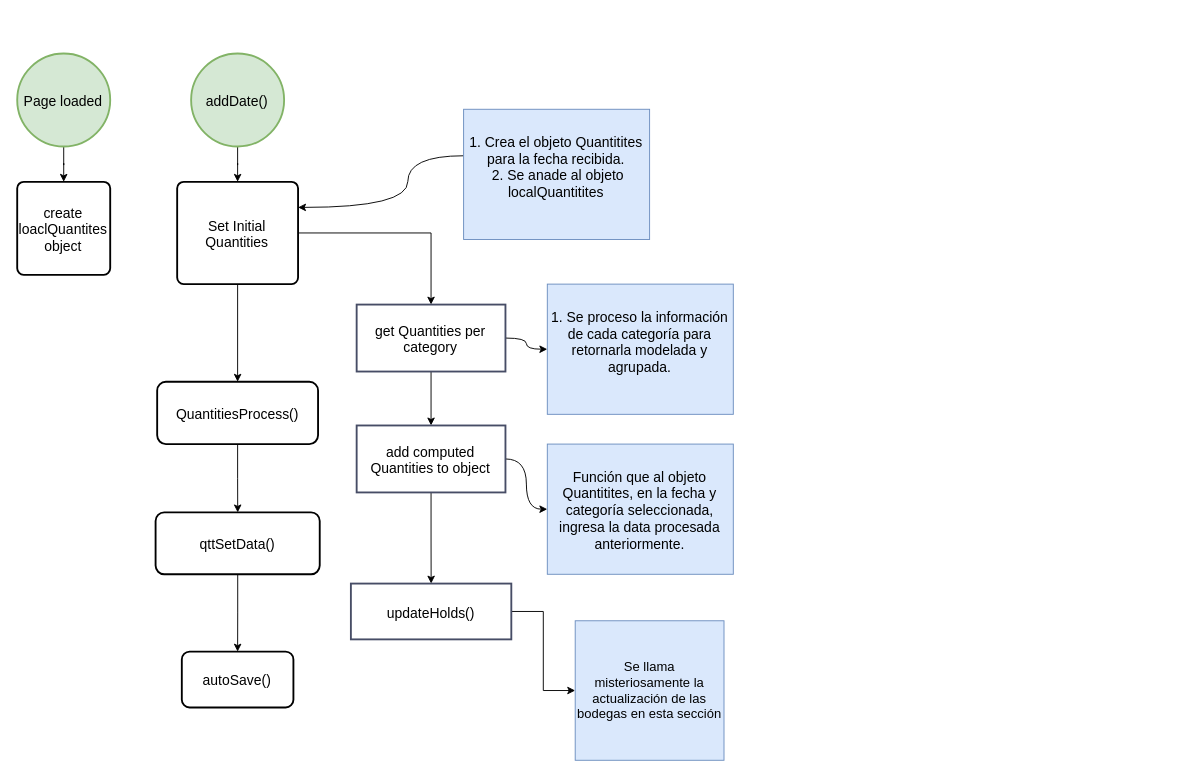
Earlier version of the draw.io diagram quantitites.drawio (brianaqp/diagrams). Source tidied: cells renumbered, new cells numbered last; positions are measured from the earlier drawing's top-left corner, leaving out a move shared by most shapes. Both pictures are drawn from the tidied source at 93%, with x=0, y=0 at pixel (17, 53).
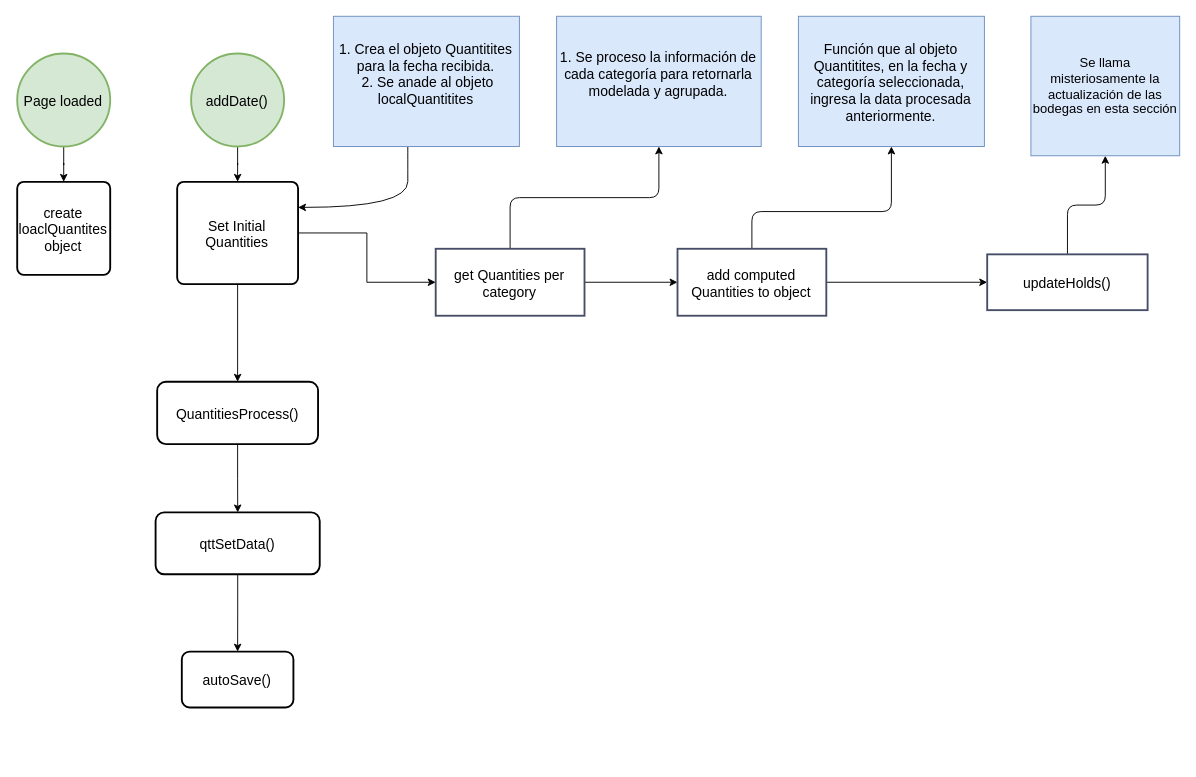
The same diagram, later.

Commit message:
horizontal view

The edit, as a diff of the source:
```diff
@@
-    <mxCell id="4" style="edgeStyle=orthogonalEdgeStyle;rounded=0;jettySize=auto;html=1;curved=1;" parent="1" edge="1" source="5" target="11">
+    <mxCell id="4" style="edgeStyle=orthogonalEdgeStyle;rounded=1;jettySize=auto;html=1;curved=0;exitX=0.5;exitY=0;exitDx=0;exitDy=0;" parent="1" edge="1" source="5" target="11">
       <mxGeometry relative="1" as="geometry" />
     </mxCell>
     <mxCell id="5" value="get Quantities per category" style="fontSize=15;zwfType=basicShape;rounded=0;strokeWidth=2;strokeColor=#474D66;fontFamily=Helvetica;fontStyle=0;labelPosition=center;verticalLabelPosition=middle;align=center;verticalAlign=middle;fontColor=default;labelBackgroundColor=none;labelBorderColor=none;whiteSpace=wrap;html=1;spacingTop=1;spacing=6;spacingLeft=-1;spacingBottom=0;spacingRight=0;" parent="1" vertex="1">
-      <mxGeometry x="365" y="270" width="160" height="72" as="geometry" />
+      <mxGeometry x="450" y="210" width="160" height="72" as="geometry" />
     </mxCell>
-    <mxCell id="6" style="edgeStyle=orthogonalEdgeStyle;rounded=0;jettySize=auto;html=1;entryX=0;entryY=0.5;entryDx=0;entryDy=0;curved=1;" parent="1" edge="1" source="8" target="12">
-      <mxGeometry relative="1" as="geometry" />
+    <mxCell id="6" style="edgeStyle=orthogonalEdgeStyle;rounded=1;jettySize=auto;html=1;entryX=0.5;entryY=1;entryDx=0;entryDy=0;curved=0;exitX=0.5;exitY=0;exitDx=0;exitDy=0;" parent="1" edge="1" source="8" target="12">
+      <mxGeometry relative="1" as="geometry">
+        <Array as="points">
+          <mxPoint x="790" y="170" />
+          <mxPoint x="940" y="170" />
+        </Array>
+      </mxGeometry>
     </mxCell>
@@
     <mxCell id="8" value="add computed Quantities to object" style="fontSize=15;zwfType=basicShape;rounded=0;strokeWidth=2;strokeColor=#474D66;fontFamily=Helvetica;fontStyle=0;labelPosition=center;verticalLabelPosition=middle;align=center;verticalAlign=middle;fontColor=default;labelBackgroundColor=none;labelBorderColor=none;whiteSpace=wrap;html=1;spacingTop=1;spacing=6;spacingLeft=-1;spacingBottom=0;spacingRight=0;" parent="1" vertex="1">
-      <mxGeometry x="365" y="400" width="160" height="72" as="geometry" />
+      <mxGeometry x="710" y="210" width="160" height="72" as="geometry" />
     </mxCell>
@@
     <mxCell id="10" value="1. Crea el objeto Quantitites para la fecha recibida.&lt;br style=&quot;font-size: 15px;&quot;&gt;&amp;nbsp;2. Se anade al objeto localQuantitites&lt;br style=&quot;font-size: 15px;&quot;&gt;&amp;nbsp;" style="rounded=0;fontFamily=Helvetica;fontStyle=0;fontSize=15;labelPosition=center;verticalLabelPosition=middle;align=center;verticalAlign=middle;labelBackgroundColor=none;labelBorderColor=none;whiteSpace=wrap;html=1;spacingTop=1;spacing=6;spacingLeft=-1;spacingBottom=0;spacingRight=0;fillColor=#dae8fc;strokeColor=#6c8ebf;" parent="1" vertex="1">
-      <mxGeometry x="480" y="60" width="200" height="140" as="geometry" />
+      <mxGeometry x="340" y="-40" width="200" height="140" as="geometry" />
     </mxCell>
     <mxCell id="11" value="1. Se proceso la información de cada categoría para retornarla modelada y agrupada.&lt;br style=&quot;font-size: 15px;&quot;&gt;&amp;nbsp;" style="rounded=0;fontFamily=Helvetica;fontStyle=0;fontSize=15;labelPosition=center;verticalLabelPosition=middle;align=center;verticalAlign=middle;labelBackgroundColor=none;labelBorderColor=none;whiteSpace=wrap;html=1;spacingTop=1;spacing=6;spacingLeft=-1;spacingBottom=0;spacingRight=0;fillColor=#dae8fc;strokeColor=#6c8ebf;" parent="1" vertex="1">
-      <mxGeometry x="570" y="248" width="200" height="140" as="geometry" />
+      <mxGeometry x="580" y="-40" width="220" height="140" as="geometry" />
     </mxCell>
     <mxCell id="12" value="Función que al objeto Quantitites, en la fecha y categoría seleccionada, ingresa la data procesada anteriormente." style="rounded=0;fontFamily=Helvetica;fontStyle=0;fontSize=15;labelPosition=center;verticalLabelPosition=middle;align=center;verticalAlign=middle;labelBackgroundColor=none;labelBorderColor=none;whiteSpace=wrap;html=1;spacingTop=1;spacing=6;spacingLeft=-1;spacingBottom=0;spacingRight=0;fillColor=#dae8fc;strokeColor=#6c8ebf;" parent="1" vertex="1">
-      <mxGeometry x="570" y="420" width="200" height="140" as="geometry" />
+      <mxGeometry x="840" y="-40" width="200" height="140" as="geometry" />
     </mxCell>
@@
-    <mxCell id="20" style="edgeStyle=orthogonalEdgeStyle;rounded=0;jettySize=auto;html=1;" parent="1" edge="1" source="21" target="22">
+    <mxCell id="20" style="edgeStyle=orthogonalEdgeStyle;rounded=1;jettySize=auto;html=1;curved=0;" parent="1" edge="1" source="21" target="22">
       <mxGeometry relative="1" as="geometry" />
     </mxCell>
     <mxCell id="21" value="updateHolds()" style="whiteSpace=wrap;html=1;fontSize=15;strokeColor=#474D66;rounded=0;strokeWidth=2;fontStyle=0;labelBackgroundColor=none;labelBorderColor=none;spacingTop=1;spacing=6;spacingLeft=-1;spacingBottom=0;spacingRight=0;" parent="1" vertex="1">
-      <mxGeometry x="358.8" y="570" width="172.5" height="60" as="geometry" />
+      <mxGeometry x="1043" y="216" width="172.5" height="60" as="geometry" />
     </mxCell>
     <mxCell id="22" value="&lt;font style=&quot;font-size: 14px;&quot;&gt;Se llama misteriosamente la actualización de las bodegas en esta sección&lt;/font&gt;" style="rounded=0;whiteSpace=wrap;html=1;fillColor=#dae8fc;strokeColor=#6c8ebf;" parent="1" vertex="1">
-      <mxGeometry x="600" y="610" width="160" height="150" as="geometry" />
+      <mxGeometry x="1090" y="-40" width="160" height="150" as="geometry" />
     </mxCell>
```
